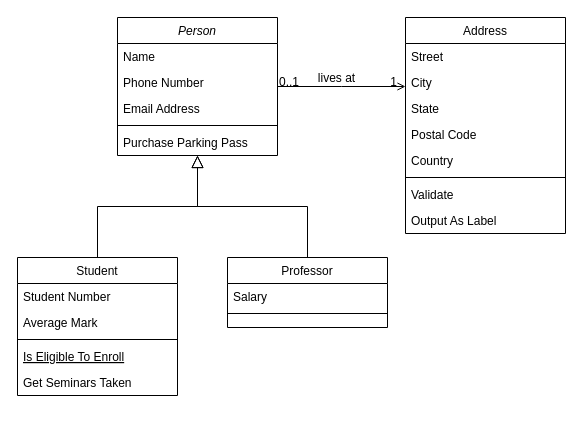
Above: 未命名绘图.drawio in wjw666777/drownIO (draw.io), before the change. Source tidied: cells renumbered, new cells numbered last; positions are measured from the earlier drawing's top-left corner, leaving out a move shared by most shapes. Both pictures are drawn from the tidied source at 100%, with x=0, y=0 at pixel (17, 17).
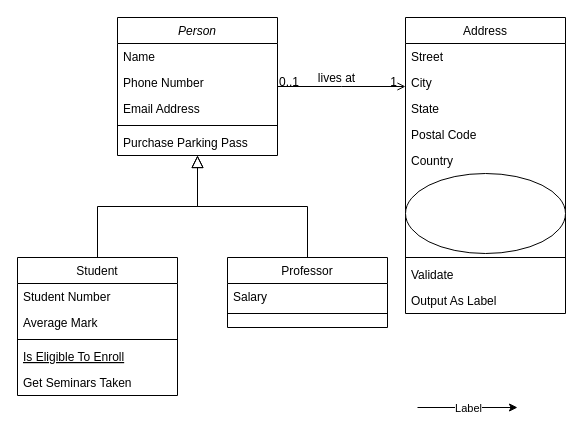
Above is the later version.

Commit message:
更新未命名绘图.drawio

Change to the diagram source:
```diff
@@
     <mxCell id="19" value="Address" style="swimlane;fontStyle=0;align=center;verticalAlign=top;horizontal=1;startSize=26;rounded=0;shadow=0;strokeWidth=1;" parent="1" vertex="1">
-      <mxGeometry x="388" width="160" height="216" as="geometry" />
+      <mxGeometry x="388" width="160" height="296" as="geometry" />
     </mxCell>
@@
+    <mxCell id="32" style="ellipse;whiteSpace=wrap;html=1;" parent="19" vertex="1">
+      <mxGeometry y="156" width="160" height="80" as="geometry" />
+    </mxCell>
     <mxCell id="25" style="line;html=1;strokeWidth=1;align=left;verticalAlign=middle;spacingTop=-1;spacingLeft=3;spacingRight=3;labelPosition=right;" parent="19" vertex="1">
-      <mxGeometry y="156" width="160" height="8" as="geometry" />
+      <mxGeometry y="236" width="160" height="8" as="geometry" />
     </mxCell>
     <mxCell id="26" value="Validate" style="text;align=left;verticalAlign=top;spacingLeft=4;spacingRight=4;overflow=hidden;" parent="19" vertex="1">
-      <mxGeometry y="164" width="160" height="26" as="geometry" />
+      <mxGeometry y="244" width="160" height="26" as="geometry" />
     </mxCell>
     <mxCell id="27" value="Output As Label" style="text;align=left;verticalAlign=top;spacingLeft=4;spacingRight=4;overflow=hidden;" parent="19" vertex="1">
-      <mxGeometry y="190" width="160" height="26" as="geometry" />
+      <mxGeometry y="270" width="160" height="26" as="geometry" />
     </mxCell>
@@
+    <mxCell id="33" style="endArrow=classic;html=1;rounded=0;" parent="1" edge="1">
+      <mxGeometry relative="1" as="geometry">
+        <mxPoint x="400" y="390" as="sourcePoint" />
+        <mxPoint x="500" y="390" as="targetPoint" />
+      </mxGeometry>
+    </mxCell>
+    <mxCell id="34" value="Label" style="edgeLabel;html=1;align=center;verticalAlign=middle;" parent="33" vertex="1">
+      <mxGeometry relative="1" as="geometry" />
+    </mxCell>
```
